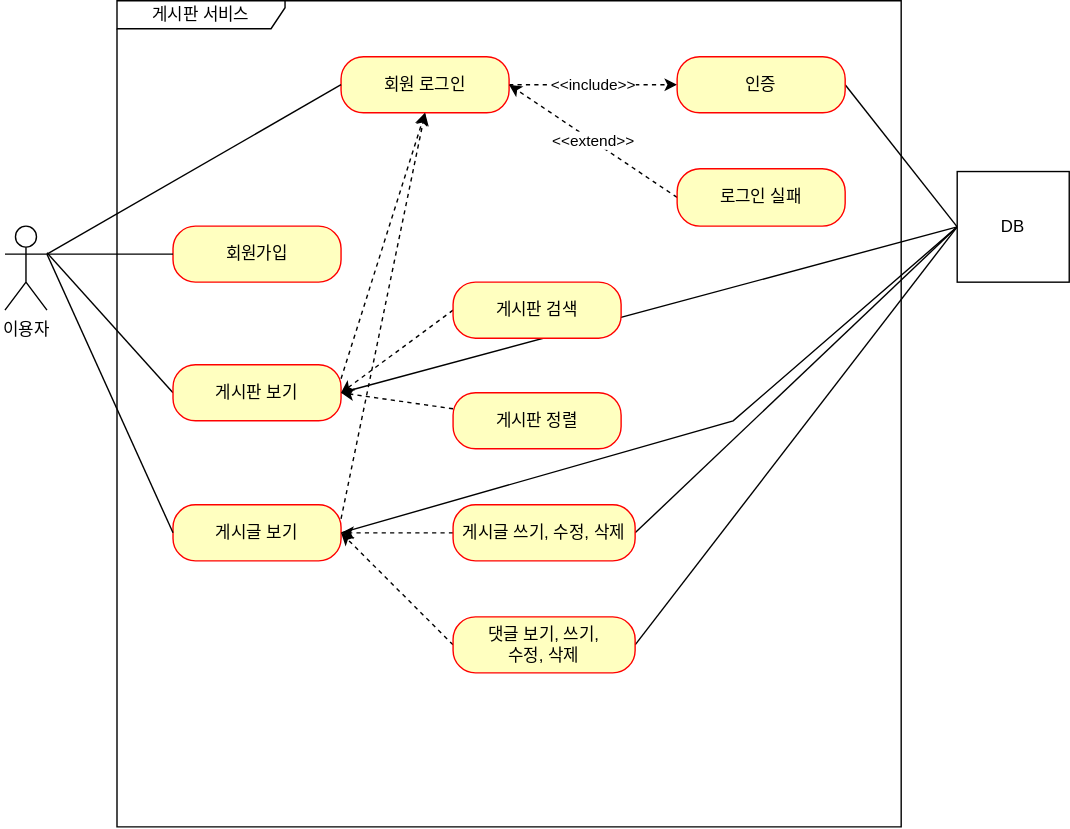
Earlier version of the draw.io export document/use-case.svg (ChangGyu-Ryu/fastcampus-project-board). Source tidied: cells renumbered, new cells last; positions are measured from the earlier drawing's top-left corner, leaving out a move shared by most shapes.
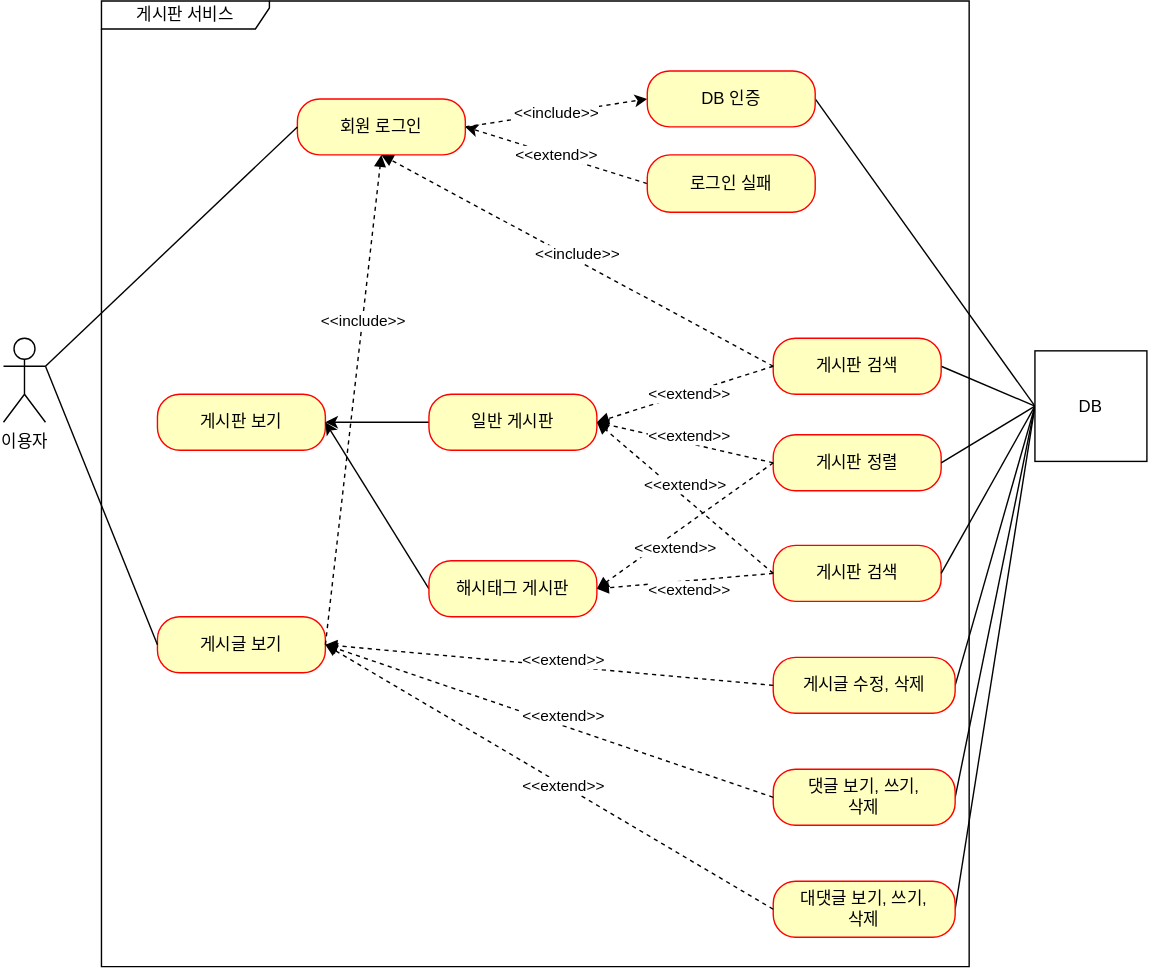
After the commit.

Commit message:
#52 - use-case.svg: 현재 서비스 상황에 맞춰 업데이트

The edit, as a diff of the source:
```diff
@@ -3,100 +3,121 @@
     <mxCell id="0" />
     <mxCell id="1" parent="0" />
     <mxCell id="2" value="이용자" style="shape=umlActor;verticalLabelPosition=bottom;verticalAlign=top;html=1;outlineConnect=0;" parent="1" vertex="1">
-      <mxGeometry y="161" width="30" height="60" as="geometry" />
+      <mxGeometry x="-30" y="161" width="30" height="60" as="geometry" />
     </mxCell>
     <mxCell id="3" value="게시판 서비스" style="shape=umlFrame;whiteSpace=wrap;html=1;width=120;height=20;" parent="1" vertex="1">
-      <mxGeometry x="80" width="560" height="590" as="geometry" />
+      <mxGeometry x="40" y="-80" width="620" height="690" as="geometry" />
     </mxCell>
-    <mxCell id="4" value="회원가입" style="rounded=1;whiteSpace=wrap;html=1;arcSize=40;fontColor=#000000;fillColor=#ffffc0;strokeColor=#ff0000;" parent="1" vertex="1">
-      <mxGeometry x="120" y="161" width="120" height="40" as="geometry" />
-    </mxCell>
-    <mxCell id="5" style="rounded=0;jettySize=auto;html=1;endArrow=none;endFill=0;exitX=0;exitY=0.5;exitDx=0;exitDy=0;" parent="1" edge="1" source="7">
-      <mxGeometry relative="1" as="geometry">
-        <mxPoint x="30" y="180" as="targetPoint" />
-      </mxGeometry>
-    </mxCell>
-    <mxCell id="6" style="rounded=0;jettySize=auto;html=1;exitX=1;exitY=0.5;exitDx=0;exitDy=0;entryX=0;entryY=0.5;entryDx=0;entryDy=0;endArrow=none;endFill=0;" parent="1" edge="1" source="7" target="31">
-      <mxGeometry relative="1" as="geometry" />
-    </mxCell>
     <mxCell id="7" value="게시판 보기" style="rounded=1;whiteSpace=wrap;html=1;arcSize=40;fontColor=#000000;fillColor=#ffffc0;strokeColor=#ff0000;" parent="1" vertex="1">
-      <mxGeometry x="120" y="260" width="120" height="40" as="geometry" />
+      <mxGeometry x="80" y="201" width="120" height="40" as="geometry" />
     </mxCell>
-    <mxCell id="8" style="rounded=0;jettySize=auto;html=1;exitX=1;exitY=0.25;exitDx=0;exitDy=0;entryX=0.5;entryY=1;entryDx=0;entryDy=0;dashed=1;" parent="1" edge="1" source="10" target="12">
-      <mxGeometry relative="1" as="geometry" />
-    </mxCell>
-    <mxCell id="9" style="rounded=0;jettySize=auto;html=1;exitX=1;exitY=0.5;exitDx=0;exitDy=0;entryX=0;entryY=0.5;entryDx=0;entryDy=0;endArrow=none;endFill=0;" parent="1" edge="1" source="10" target="31">
-      <mxGeometry relative="1" as="geometry">
-        <Array as="points">
-          <mxPoint x="520" y="300" />
-        </Array>
-      </mxGeometry>
-    </mxCell>
     <mxCell id="10" value="게시글 보기" style="rounded=1;whiteSpace=wrap;html=1;arcSize=40;fontColor=#000000;fillColor=#ffffc0;strokeColor=#ff0000;" parent="1" vertex="1">
-      <mxGeometry x="120" y="360" width="120" height="40" as="geometry" />
+      <mxGeometry x="80" y="360" width="120" height="40" as="geometry" />
     </mxCell>
-    <mxCell id="11" value="&amp;lt;&amp;lt;include&amp;gt;&amp;gt;" style="rounded=0;jettySize=auto;html=1;entryX=0;entryY=0.5;entryDx=0;entryDy=0;endArrow=classic;endFill=1;dashed=1;" parent="1" edge="1" source="12" target="14">
+    <mxCell id="11" value="&amp;lt;&amp;lt;include&amp;gt;&amp;gt;" style="rounded=0;jettySize=auto;html=1;entryX=0;entryY=0.5;entryDx=0;entryDy=0;endArrow=classic;endFill=1;dashed=1;exitX=1;exitY=0.5;exitDx=0;exitDy=0;" parent="1" edge="1" source="12" target="14">
       <mxGeometry relative="1" as="geometry" />
     </mxCell>
     <mxCell id="12" value="회원 로그인" style="rounded=1;whiteSpace=wrap;html=1;arcSize=40;fontColor=#000000;fillColor=#ffffc0;strokeColor=#ff0000;" parent="1" vertex="1">
-      <mxGeometry x="240" y="40" width="120" height="40" as="geometry" />
+      <mxGeometry x="180" y="-10" width="120" height="40" as="geometry" />
     </mxCell>
     <mxCell id="13" style="rounded=0;jettySize=auto;html=1;exitX=1;exitY=0.5;exitDx=0;exitDy=0;entryX=0;entryY=0.5;entryDx=0;entryDy=0;endArrow=none;endFill=0;" parent="1" edge="1" source="14" target="31">
       <mxGeometry relative="1" as="geometry" />
     </mxCell>
-    <mxCell id="14" value="인증" style="rounded=1;whiteSpace=wrap;html=1;arcSize=40;fontColor=#000000;fillColor=#ffffc0;strokeColor=#ff0000;" parent="1" vertex="1">
-      <mxGeometry x="480" y="40" width="120" height="40" as="geometry" />
+    <mxCell id="14" value="DB 인증" style="rounded=1;whiteSpace=wrap;html=1;arcSize=40;fontColor=#000000;fillColor=#ffffc0;strokeColor=#ff0000;" parent="1" vertex="1">
+      <mxGeometry x="430" y="-30" width="120" height="40" as="geometry" />
     </mxCell>
     <mxCell id="15" value="&amp;lt;&amp;lt;extend&amp;gt;&amp;gt;" style="rounded=0;jettySize=auto;html=1;entryX=1;entryY=0.5;entryDx=0;entryDy=0;exitX=0;exitY=0.5;exitDx=0;exitDy=0;endArrow=classic;endFill=1;dashed=1;" parent="1" edge="1" source="16" target="12">
       <mxGeometry relative="1" as="geometry" />
     </mxCell>
     <mxCell id="16" value="로그인 실패" style="rounded=1;whiteSpace=wrap;html=1;arcSize=40;fontColor=#000000;fillColor=#ffffc0;strokeColor=#ff0000;" parent="1" vertex="1">
-      <mxGeometry x="480" y="120" width="120" height="41" as="geometry" />
+      <mxGeometry x="430" y="30" width="120" height="41" as="geometry" />
     </mxCell>
-    <mxCell id="17" style="rounded=0;jettySize=auto;html=1;exitX=0;exitY=0.5;exitDx=0;exitDy=0;entryX=1;entryY=0.5;entryDx=0;entryDy=0;dashed=1;" parent="1" edge="1" source="18" target="7">
-      <mxGeometry relative="1" as="geometry" />
-    </mxCell>
-    <mxCell id="18" value="게시판 검색" style="rounded=1;whiteSpace=wrap;html=1;arcSize=40;fontColor=#000000;fillColor=#ffffc0;strokeColor=#ff0000;" parent="1" vertex="1">
-      <mxGeometry x="320" y="201" width="120" height="40" as="geometry" />
+    <mxCell id="18" value="게시판 정렬" style="rounded=1;whiteSpace=wrap;html=1;arcSize=40;fontColor=#000000;fillColor=#ffffc0;strokeColor=#ff0000;" parent="1" vertex="1">
+      <mxGeometry x="520" y="230" width="120" height="40" as="geometry" />
     </mxCell>
-    <mxCell id="19" style="rounded=0;jettySize=auto;html=1;entryX=1;entryY=0.5;entryDx=0;entryDy=0;dashed=1;" parent="1" edge="1" source="20" target="7">
-      <mxGeometry relative="1" as="geometry" />
-    </mxCell>
-    <mxCell id="20" value="게시판 정렬" style="rounded=1;whiteSpace=wrap;html=1;arcSize=40;fontColor=#000000;fillColor=#ffffc0;strokeColor=#ff0000;" parent="1" vertex="1">
-      <mxGeometry x="320" y="280" width="120" height="40" as="geometry" />
+    <mxCell id="20" value="게시판 검색" style="rounded=1;whiteSpace=wrap;html=1;arcSize=40;fontColor=#000000;fillColor=#ffffc0;strokeColor=#ff0000;" parent="1" vertex="1">
+      <mxGeometry x="520" y="309" width="120" height="40" as="geometry" />
     </mxCell>
-    <mxCell id="21" style="edgeStyle=orthogonalEdgeStyle;rounded=0;jettySize=auto;html=1;entryX=1;entryY=0.5;entryDx=0;entryDy=0;dashed=1;" parent="1" edge="1" source="23" target="10">
-      <mxGeometry relative="1" as="geometry" />
-    </mxCell>
-    <mxCell id="22" style="rounded=0;jettySize=auto;html=1;exitX=1;exitY=0.5;exitDx=0;exitDy=0;entryX=0;entryY=0.5;entryDx=0;entryDy=0;endArrow=none;endFill=0;" parent="1" edge="1" source="23" target="31">
+    <mxCell id="22" style="rounded=0;jettySize=auto;html=1;exitX=1;exitY=0.5;exitDx=0;exitDy=0;endArrow=none;endFill=0;entryX=0;entryY=0.5;entryDx=0;entryDy=0;" parent="1" edge="1" source="23" target="31">
       <mxGeometry relative="1" as="geometry" />
     </mxCell>
-    <mxCell id="23" value="게시글 쓰기, 수정, 삭제" style="rounded=1;whiteSpace=wrap;html=1;arcSize=40;fontColor=#000000;fillColor=#ffffc0;strokeColor=#ff0000;" parent="1" vertex="1">
-      <mxGeometry x="320" y="360" width="130" height="40" as="geometry" />
+    <mxCell id="23" value="게시글 수정, 삭제" style="rounded=1;whiteSpace=wrap;html=1;arcSize=40;fontColor=#000000;fillColor=#ffffc0;strokeColor=#ff0000;" parent="1" vertex="1">
+      <mxGeometry x="520" y="389" width="130" height="40" as="geometry" />
     </mxCell>
-    <mxCell id="24" style="rounded=0;jettySize=auto;html=1;entryX=1;entryY=0.5;entryDx=0;entryDy=0;dashed=1;exitX=0;exitY=0.5;exitDx=0;exitDy=0;" parent="1" edge="1" source="26" target="10">
-      <mxGeometry relative="1" as="geometry" />
-    </mxCell>
     <mxCell id="25" style="rounded=0;jettySize=auto;html=1;exitX=1;exitY=0.5;exitDx=0;exitDy=0;entryX=0;entryY=0.5;entryDx=0;entryDy=0;endArrow=none;endFill=0;" parent="1" edge="1" source="26" target="31">
       <mxGeometry relative="1" as="geometry" />
     </mxCell>
-    <mxCell id="26" value="댓글 보기, 쓰기,&lt;br&gt;수정, 삭제" style="rounded=1;whiteSpace=wrap;html=1;arcSize=40;fontColor=#000000;fillColor=#ffffc0;strokeColor=#ff0000;" parent="1" vertex="1">
-      <mxGeometry x="320" y="440" width="130" height="40" as="geometry" />
+    <mxCell id="26" value="댓글 보기, 쓰기,&lt;br&gt;삭제" style="rounded=1;whiteSpace=wrap;html=1;arcSize=40;fontColor=#000000;fillColor=#ffffc0;strokeColor=#ff0000;" parent="1" vertex="1">
+      <mxGeometry x="520" y="469" width="130" height="40" as="geometry" />
     </mxCell>
-    <mxCell id="27" style="rounded=0;jettySize=auto;html=1;entryX=1;entryY=0.3333333333333333;entryDx=0;entryDy=0;entryPerimeter=0;endArrow=none;endFill=0;" parent="1" edge="1" source="4" target="2">
-      <mxGeometry relative="1" as="geometry" />
-    </mxCell>
     <mxCell id="28" style="rounded=0;jettySize=auto;html=1;entryX=1;entryY=0.3333333333333333;entryDx=0;entryDy=0;entryPerimeter=0;endArrow=none;endFill=0;exitX=0;exitY=0.5;exitDx=0;exitDy=0;" parent="1" edge="1" source="12" target="2">
       <mxGeometry relative="1" as="geometry" />
     </mxCell>
     <mxCell id="29" style="rounded=0;jettySize=auto;html=1;entryX=1;entryY=0.3333333333333333;entryDx=0;entryDy=0;entryPerimeter=0;endArrow=none;endFill=0;exitX=0;exitY=0.5;exitDx=0;exitDy=0;" parent="1" edge="1" source="10" target="2">
       <mxGeometry relative="1" as="geometry" />
     </mxCell>
-    <mxCell id="30" style="rounded=0;jettySize=auto;html=1;exitX=1;exitY=0.25;exitDx=0;exitDy=0;entryX=0.5;entryY=1;entryDx=0;entryDy=0;dashed=1;" parent="1" edge="1" source="7" target="12">
-      <mxGeometry relative="1" as="geometry" />
-    </mxCell>
+    <mxCell id="32" style="rounded=0;jettySize=auto;html=1;exitX=0;exitY=0.5;exitDx=0;exitDy=0;entryX=1;entryY=0.5;entryDx=0;entryDy=0;endArrow=none;endFill=0;" parent="1" edge="1" source="31" target="20">
+      <mxGeometry relative="1" as="geometry" />
+    </mxCell>
+    <mxCell id="33" style="rounded=0;jettySize=auto;html=1;exitX=0;exitY=0.5;exitDx=0;exitDy=0;entryX=1;entryY=0.5;entryDx=0;entryDy=0;endArrow=none;endFill=0;" parent="1" edge="1" source="31" target="18">
+      <mxGeometry relative="1" as="geometry" />
+    </mxCell>
+    <mxCell id="34" style="rounded=0;jettySize=auto;html=1;exitX=0;exitY=0.5;exitDx=0;exitDy=0;entryX=1;entryY=0.5;entryDx=0;entryDy=0;endArrow=none;endFill=0;" parent="1" edge="1" source="31" target="40">
+      <mxGeometry relative="1" as="geometry" />
+    </mxCell>
+    <mxCell id="35" style="rounded=0;jettySize=auto;html=1;exitX=0;exitY=0.5;exitDx=0;exitDy=0;entryX=1;entryY=0.5;entryDx=0;entryDy=0;endArrow=none;endFill=0;" parent="1" edge="1" source="31" target="41">
+      <mxGeometry relative="1" as="geometry" />
+    </mxCell>
     <mxCell id="31" value="DB" style="html=1;whiteSpace=wrap;" parent="1" vertex="1">
-      <mxGeometry x="680" y="122" width="80" height="79" as="geometry" />
+      <mxGeometry x="707" y="170" width="80" height="79" as="geometry" />
     </mxCell>
+    <mxCell id="36" style="edgeStyle=orthogonalEdgeStyle;rounded=0;jettySize=auto;html=1;exitX=0;exitY=0.5;exitDx=0;exitDy=0;entryX=1;entryY=0.5;entryDx=0;entryDy=0;" parent="1" edge="1" source="37" target="7">
+      <mxGeometry relative="1" as="geometry" />
+    </mxCell>
+    <mxCell id="37" value="일반 게시판" style="rounded=1;whiteSpace=wrap;html=1;arcSize=40;fontColor=#000000;fillColor=#ffffc0;strokeColor=#ff0000;" parent="1" vertex="1">
+      <mxGeometry x="274" y="201" width="120" height="40" as="geometry" />
+    </mxCell>
+    <mxCell id="38" style="rounded=0;jettySize=auto;html=1;entryX=1;entryY=0.5;entryDx=0;entryDy=0;exitX=0;exitY=0.5;exitDx=0;exitDy=0;" parent="1" edge="1" source="39" target="7">
+      <mxGeometry relative="1" as="geometry" />
+    </mxCell>
+    <mxCell id="39" value="해시태그 게시판" style="rounded=1;whiteSpace=wrap;html=1;arcSize=40;fontColor=#000000;fillColor=#ffffc0;strokeColor=#ff0000;" parent="1" vertex="1">
+      <mxGeometry x="274" y="320" width="120" height="40" as="geometry" />
+    </mxCell>
+    <mxCell id="40" value="대댓글 보기, 쓰기,&lt;br&gt;삭제" style="rounded=1;whiteSpace=wrap;html=1;arcSize=40;fontColor=#000000;fillColor=#ffffc0;strokeColor=#ff0000;" parent="1" vertex="1">
+      <mxGeometry x="520" y="549" width="130" height="40" as="geometry" />
+    </mxCell>
+    <mxCell id="41" value="게시판 검색" style="rounded=1;whiteSpace=wrap;html=1;arcSize=40;fontColor=#000000;fillColor=#ffffc0;strokeColor=#ff0000;" parent="1" vertex="1">
+      <mxGeometry x="520" y="161" width="120" height="40" as="geometry" />
+    </mxCell>
+    <mxCell id="8" value="&amp;lt;&amp;lt;include&amp;gt;&amp;gt;" style="html=1;verticalAlign=bottom;endArrow=block;curved=0;rounded=0;exitX=1;exitY=0.5;exitDx=0;exitDy=0;entryX=0.5;entryY=1;entryDx=0;entryDy=0;dashed=1;" parent="1" edge="1" source="10" target="12">
+      <mxGeometry x="0.27" y="-2" relative="1" as="geometry" />
+    </mxCell>
+    <mxCell id="42" value="&amp;lt;&amp;lt;extend&amp;gt;&amp;gt;" style="html=1;verticalAlign=bottom;endArrow=block;curved=0;rounded=0;dashed=1;exitX=0;exitY=0.5;exitDx=0;exitDy=0;entryX=1;entryY=0.5;entryDx=0;entryDy=0;" parent="1" edge="1" source="41" target="37">
+      <mxGeometry y="9" relative="1" as="geometry" />
+    </mxCell>
+    <mxCell id="43" value="&amp;lt;&amp;lt;extend&amp;gt;&amp;gt;" style="html=1;verticalAlign=bottom;endArrow=block;curved=0;rounded=0;dashed=1;entryX=1;entryY=0.5;entryDx=0;entryDy=0;exitX=0;exitY=0.5;exitDx=0;exitDy=0;" parent="1" edge="1" source="18" target="37">
+      <mxGeometry x="-0.06" y="4" relative="1" as="geometry" />
+    </mxCell>
+    <mxCell id="44" value="&amp;lt;&amp;lt;extend&amp;gt;&amp;gt;" style="html=1;verticalAlign=bottom;endArrow=block;curved=0;rounded=0;dashed=1;entryX=1;entryY=0.5;entryDx=0;entryDy=0;exitX=0;exitY=0.5;exitDx=0;exitDy=0;" parent="1" edge="1" source="20" target="37">
+      <mxGeometry relative="1" as="geometry" />
+    </mxCell>
+    <mxCell id="45" value="&amp;lt;&amp;lt;include&amp;gt;&amp;gt;" style="html=1;verticalAlign=bottom;endArrow=block;curved=0;rounded=0;dashed=1;entryX=0.5;entryY=1;entryDx=0;entryDy=0;exitX=0;exitY=0.5;exitDx=0;exitDy=0;" parent="1" edge="1" source="41" target="12">
+      <mxGeometry x="-0.01" y="4" relative="1" as="geometry" />
+    </mxCell>
+    <mxCell id="21" value="&amp;lt;&amp;lt;extend&amp;gt;&amp;gt;" style="html=1;verticalAlign=bottom;endArrow=block;curved=0;rounded=0;dashed=1;entryX=1;entryY=0.5;entryDx=0;entryDy=0;exitX=0;exitY=0.5;exitDx=0;exitDy=0;" parent="1" edge="1" source="23" target="10">
+      <mxGeometry x="-0.07" y="5" relative="1" as="geometry" />
+    </mxCell>
+    <mxCell id="24" value="&amp;lt;&amp;lt;extend&amp;gt;&amp;gt;" style="html=1;verticalAlign=bottom;endArrow=block;curved=0;rounded=0;dashed=1;entryX=1;entryY=0.5;entryDx=0;entryDy=0;exitX=0;exitY=0.5;exitDx=0;exitDy=0;" parent="1" edge="1" source="26" target="10">
+      <mxGeometry x="-0.07" y="2" relative="1" as="geometry" />
+    </mxCell>
+    <mxCell id="46" value="&amp;lt;&amp;lt;extend&amp;gt;&amp;gt;" style="html=1;verticalAlign=bottom;endArrow=block;curved=0;rounded=0;dashed=1;entryX=1;entryY=0.5;entryDx=0;entryDy=0;exitX=0;exitY=0.5;exitDx=0;exitDy=0;" parent="1" edge="1" source="40" target="10">
+      <mxGeometry x="-0.09" y="8" relative="1" as="geometry" />
+    </mxCell>
+    <mxCell id="47" value="&amp;lt;&amp;lt;extend&amp;gt;&amp;gt;" style="html=1;verticalAlign=bottom;endArrow=block;curved=0;rounded=0;dashed=1;entryX=1;entryY=0.5;entryDx=0;entryDy=0;exitX=0;exitY=0.5;exitDx=0;exitDy=0;" parent="1" edge="1" source="18" target="39">
+      <mxGeometry x="0.26" y="16" relative="1" as="geometry" />
+    </mxCell>
+    <mxCell id="48" value="&amp;lt;&amp;lt;extend&amp;gt;&amp;gt;" style="html=1;verticalAlign=bottom;endArrow=block;curved=0;rounded=0;dashed=1;entryX=1;entryY=0.5;entryDx=0;entryDy=0;exitX=0;exitY=0.5;exitDx=0;exitDy=0;" parent="1" edge="1" source="20" target="39">
+      <mxGeometry x="-0.03" y="16" relative="1" as="geometry" />
+    </mxCell>
   </root>
 </mxGraphModel>
```
